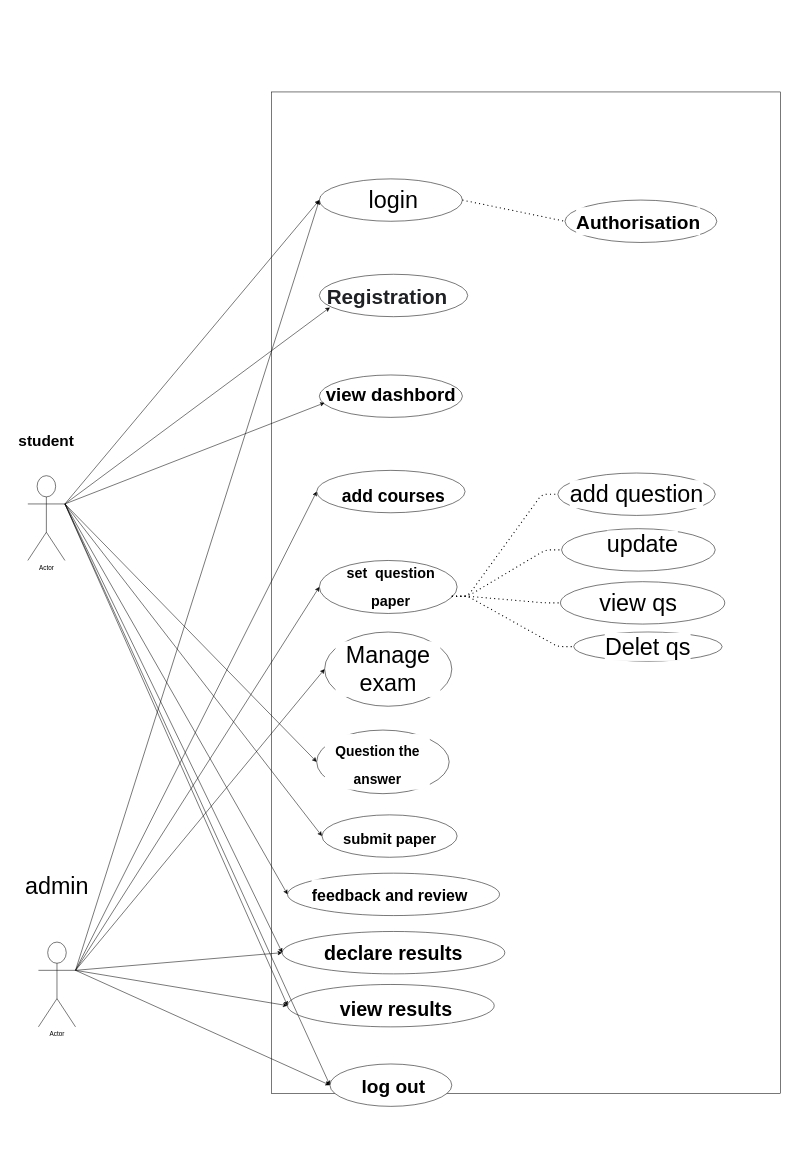
Above: Untitled Diagram.drawio in princekalsariya/test (draw.io), before the change. Source tidied: cells renumbered, new cells numbered last; positions are measured from the earlier drawing's top-left corner, leaving out a move shared by most shapes. Both pictures are drawn from the tidied source at 53%, with x=0, y=0 at pixel (9, 92).
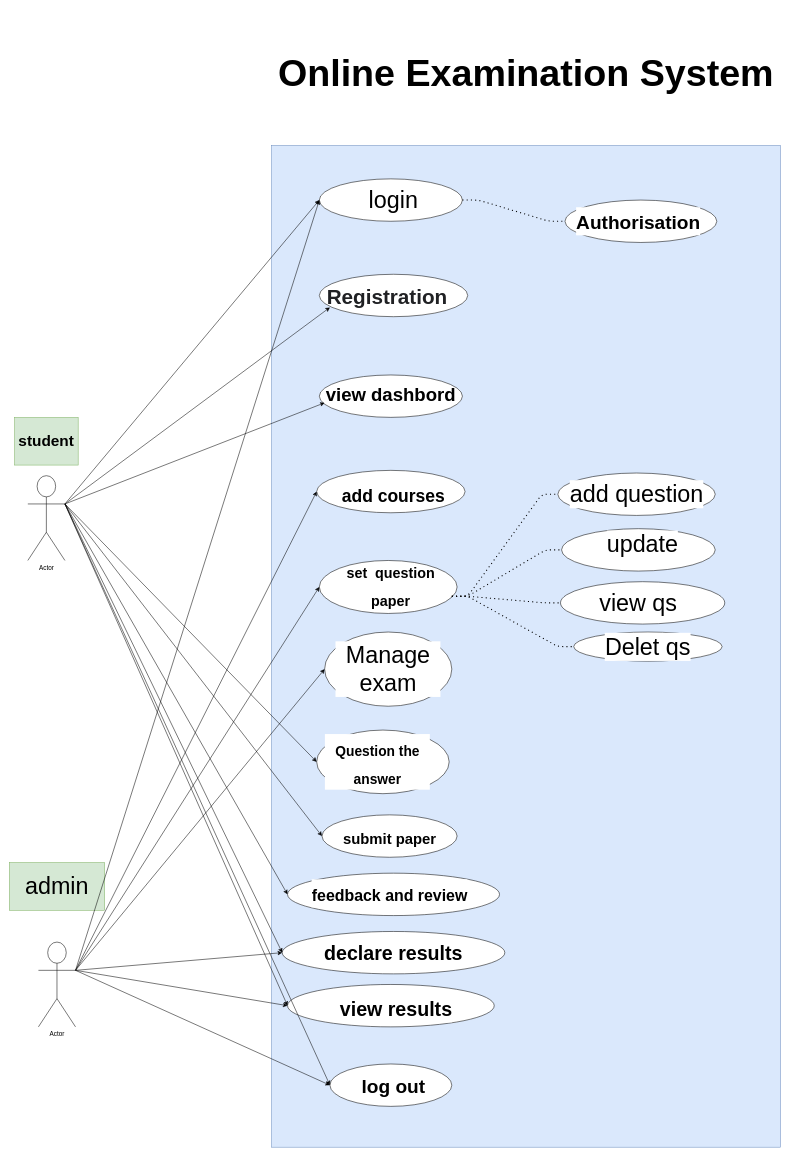
The same page after the edit.

Commit message:
online examing system

Unchanged cells that the change refers to:
```xml
<mxCell id="7" style="ellipse;whiteSpace=wrap;html=1;fontSize=44;" parent="1" vertex="1">
  <mxGeometry x="585" y="164" width="270" height="80" as="geometry" />
</mxCell>
<mxCell id="56" style="ellipse;whiteSpace=wrap;html=1;labelBackgroundColor=#ffffff;fontSize=44;" parent="1" vertex="1">
  <mxGeometry x="1048.5" y="204" width="286.5" height="80" as="geometry" />
</mxCell>
```

Change to the diagram source:
```diff
@@
-    <mxCell id="2" style="rounded=0;whiteSpace=wrap;html=1;" parent="1" vertex="1">
-      <mxGeometry x="495" width="960" height="1890" as="geometry" />
+    <mxCell id="2" style="rounded=0;whiteSpace=wrap;html=1;fillColor=#dae8fc;strokeColor=#6c8ebf;" parent="1" vertex="1">
+      <mxGeometry x="495" y="101" width="960" height="1890" as="geometry" />
     </mxCell>
@@
-    <mxCell id="5" value="student" style="text;html=1;strokeColor=none;fillColor=none;align=center;verticalAlign=middle;whiteSpace=wrap;rounded=0;fontSize=29;fontStyle=1;" parent="1" vertex="1">
+    <mxCell id="5" value="student" style="text;html=1;strokeColor=#82b366;fillColor=#d5e8d4;align=center;verticalAlign=middle;whiteSpace=wrap;rounded=0;fontSize=29;fontStyle=1;" parent="1" vertex="1">
       <mxGeometry x="10" y="614" width="120" height="90" as="geometry" />
     </mxCell>
-    <mxCell id="6" value="admin" style="text;html=1;strokeColor=none;fillColor=none;align=center;verticalAlign=middle;whiteSpace=wrap;rounded=0;fontSize=44;" parent="1" vertex="1">
+    <mxCell id="6" value="admin" style="text;html=1;strokeColor=#82b366;fillColor=#d5e8d4;align=center;verticalAlign=middle;whiteSpace=wrap;rounded=0;fontSize=44;" parent="1" vertex="1">
       <mxGeometry y="1454" width="180" height="90" as="geometry" />
     </mxCell>
@@
-    <mxCell id="55" style="endArrow=none;dashed=1;html=1;dashPattern=1 3;strokeWidth=2;fontSize=44;exitX=1;exitY=0.5;exitDx=0;exitDy=0;entryX=0;entryY=0.5;entryDx=0;entryDy=0;" parent="1" edge="1" source="7" target="56">
-      <mxGeometry relative="1" as="geometry" />
-    </mxCell>
@@
+    <mxCell id="62" value="&lt;font size=&quot;1&quot;&gt;&lt;b style=&quot;font-size: 71px&quot;&gt;Online Examination System&lt;/b&gt;&lt;/font&gt;" style="text;html=1;strokeColor=none;fillColor=none;align=center;verticalAlign=middle;whiteSpace=wrap;rounded=0;" parent="1" vertex="1">
+      <mxGeometry x="505" y="-156" width="940" height="240" as="geometry" />
+    </mxCell>
+    <mxCell id="55" style="endArrow=none;dashed=1;html=1;dashPattern=1 3;strokeWidth=2;exitX=1;exitY=0.5;exitDx=0;exitDy=0;entryX=0;entryY=0.5;entryDx=0;entryDy=0;edgeStyle=entityRelationEdgeStyle;" parent="1" edge="1" source="7" target="56">
+      <mxGeometry relative="1" as="geometry" />
+    </mxCell>
```
